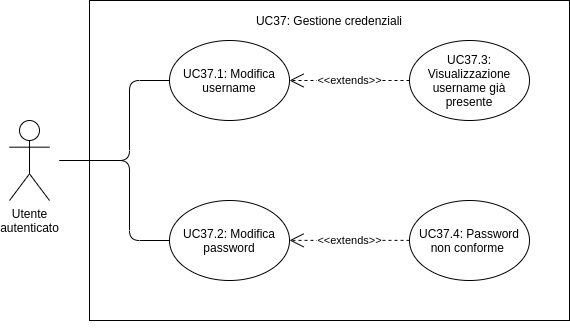
techsweave/TechSWEaveDocumentation keeps this draw.io diagram as Images/AnalisiRequisiti/UC37.png. Above is the earlier version. Source tidied: cells renumbered, new cells last; positions are measured from the earlier drawing's top-left corner, leaving out a move shared by most shapes.
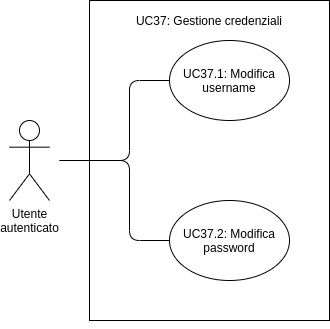
After the commit.

The edit, as a diff of the source:
```diff
@@ -3,13 +3,13 @@
     <mxCell id="0" />
     <mxCell id="1" parent="0" />
     <mxCell id="2" style="rounded=0;whiteSpace=wrap;html=1;fillColor=none;" parent="1" vertex="1">
-      <mxGeometry x="80" width="480" height="320" as="geometry" />
+      <mxGeometry x="80" width="240" height="320" as="geometry" />
     </mxCell>
     <mxCell id="3" value="Utente&lt;br&gt;autenticato" style="shape=umlActor;verticalLabelPosition=bottom;verticalAlign=top;html=1;" parent="1" vertex="1">
       <mxGeometry y="120" width="40" height="80" as="geometry" />
     </mxCell>
     <mxCell id="4" value="UC37: Gestione credenziali" style="text;html=1;strokeColor=none;fillColor=none;align=center;verticalAlign=middle;whiteSpace=wrap;rounded=0;" parent="1" vertex="1">
-      <mxGeometry x="245" y="10" width="150" height="20" as="geometry" />
+      <mxGeometry x="125" y="10" width="150" height="20" as="geometry" />
     </mxCell>
     <mxCell id="5" style="endArrow=none;html=1;entryX=0;entryY=0.5;entryDx=0;entryDy=0;" parent="1" edge="1" target="6">
       <mxGeometry relative="1" as="geometry">
@@ -35,23 +35,8 @@
     <mxCell id="8" value="&lt;span&gt;UC37.2:&amp;nbsp;Modifica password&lt;/span&gt;" style="ellipse;whiteSpace=wrap;html=1;fillColor=none;" parent="1" vertex="1">
       <mxGeometry x="160" y="200" width="120" height="80" as="geometry" />
     </mxCell>
-    <mxCell id="9" value="UC37.3: Visualizzazione username già presente" style="ellipse;whiteSpace=wrap;html=1;fillColor=none;" parent="1" vertex="1">
-      <mxGeometry x="400" y="40" width="120" height="80" as="geometry" />
-    </mxCell>
     <mxCell id="10" style="edgeStyle=orthogonalEdgeStyle;rounded=0;orthogonalLoop=1;jettySize=auto;html=1;exitX=0.5;exitY=1;exitDx=0;exitDy=0;" parent="1" edge="1" source="2" target="2">
       <mxGeometry relative="1" as="geometry" />
     </mxCell>
-    <mxCell id="11" value="UC37.4: Password non conforme&amp;nbsp;" style="ellipse;whiteSpace=wrap;html=1;fillColor=none;" parent="1" vertex="1">
-      <mxGeometry x="400" y="200" width="120" height="80" as="geometry" />
-    </mxCell>
-    <mxCell id="12" value="&amp;lt;&amp;lt;extends&amp;gt;&amp;gt;" style="endArrow=open;endSize=12;dashed=1;html=1;exitX=0;exitY=0.5;exitDx=0;exitDy=0;entryX=1;entryY=0.5;entryDx=0;entryDy=0;" parent="1" edge="1" source="9" target="6">
-      <mxGeometry relative="1" as="geometry" />
-    </mxCell>
-    <mxCell id="13" value="&amp;lt;&amp;lt;extends&amp;gt;&amp;gt;" style="endArrow=open;endSize=12;dashed=1;html=1;exitX=0;exitY=0.5;exitDx=0;exitDy=0;entryX=1;entryY=0.5;entryDx=0;entryDy=0;" parent="1" edge="1">
-      <mxGeometry relative="1" as="geometry">
-        <mxPoint x="400" y="239.9" as="sourcePoint" />
-        <mxPoint x="280" y="239.9" as="targetPoint" />
-      </mxGeometry>
-    </mxCell>
   </root>
 </mxGraphModel>
```
